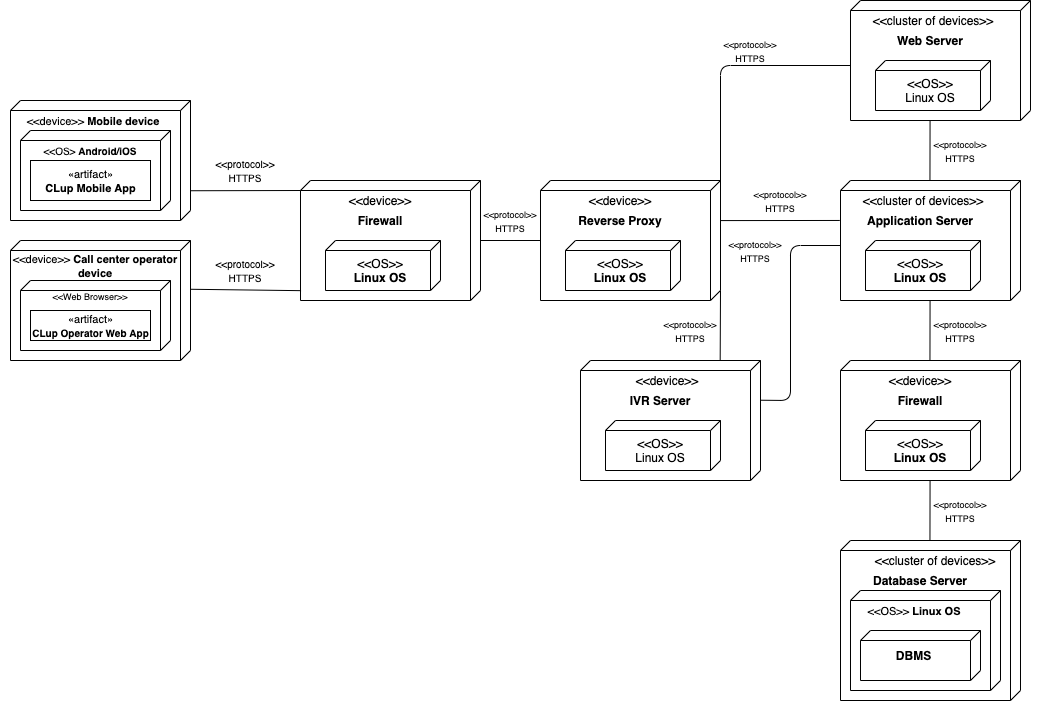
CosimoSguanci/SguanciSpataforaVergani-RASD-DD-ingsw2 keeps this draw.io diagram as DD/Deployment View diagram/deployment diagram.png. Above is the earlier version. Source tidied: cells renumbered, new cells last; positions are measured from the earlier drawing's top-left corner, leaving out a move shared by most shapes.
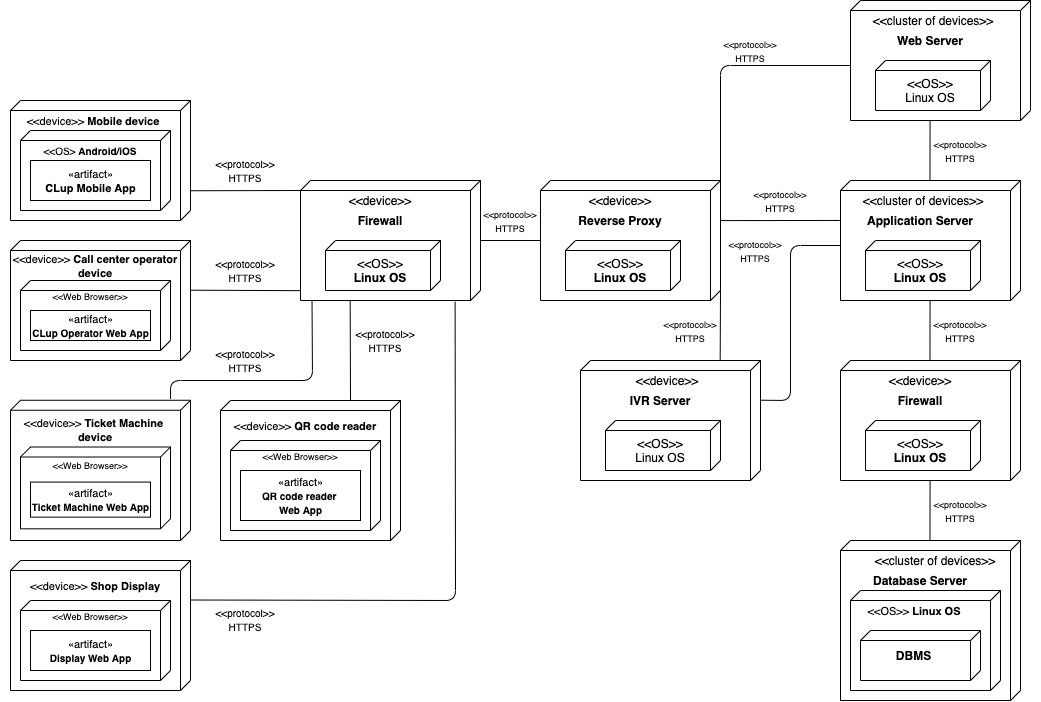
After the change.

Commit message:
updated deployment view

Change to the diagram source:
```diff
@@ -47,11 +47,6 @@
     <mxCell id="16" style="group;" parent="1" vertex="1">
       <mxGeometry x="190" y="260" width="110" height="20" as="geometry" />
     </mxCell>
-    <mxCell id="17" style="endArrow=none;html=1;entryX=0.918;entryY=0.997;entryDx=0;entryDy=0;entryPerimeter=0;exitX=0.323;exitY=0.003;exitDx=0;exitDy=0;exitPerimeter=0;" parent="16" edge="1" target="9">
-      <mxGeometry relative="1" as="geometry">
-        <mxPoint x="-0.5" y="28.8" as="sourcePoint" />
-      </mxGeometry>
-    </mxCell>
     <mxCell id="18" value="&lt;font style=&quot;font-size: 10px&quot;&gt;&amp;lt;&amp;lt;protocol&amp;gt;&amp;gt;&lt;br&gt;HTTPS&lt;/font&gt;" style="text;html=1;strokeColor=none;fillColor=none;align=center;verticalAlign=middle;whiteSpace=wrap;rounded=0;" parent="16" vertex="1">
       <mxGeometry width="110" height="20" as="geometry" />
     </mxCell>
@@ -263,5 +258,100 @@
     <mxCell id="82" value="&lt;font style=&quot;font-size: 9px&quot;&gt;&amp;lt;&amp;lt;protocol&amp;gt;&amp;gt;&lt;br&gt;HTTPS&lt;/font&gt;" style="text;html=1;strokeColor=none;fillColor=none;align=center;verticalAlign=middle;whiteSpace=wrap;rounded=0;" parent="1" vertex="1">
       <mxGeometry x="720" y="240" width="70" height="20" as="geometry" />
     </mxCell>
+    <mxCell id="83" style="group;" parent="1" vertex="1">
+      <mxGeometry x="10" y="399.8" width="180" height="140.2" as="geometry" />
+    </mxCell>
+    <mxCell id="84" style="verticalAlign=top;align=left;spacingTop=8;spacingLeft=2;spacingRight=12;shape=cube;size=10;direction=south;fontStyle=4;html=1;" parent="83" vertex="1">
+      <mxGeometry width="180" height="140.2" as="geometry" />
+    </mxCell>
+    <mxCell id="85" style="verticalAlign=top;align=left;spacingTop=8;spacingLeft=2;spacingRight=12;shape=cube;size=10;direction=south;fontStyle=4;html=1;strokeColor=#000000;" parent="83" vertex="1">
+      <mxGeometry x="10" y="46.7" width="150" height="81.8" as="geometry" />
+    </mxCell>
+    <mxCell id="86" value="&lt;font style=&quot;font-size: 9px&quot;&gt;&amp;lt;&amp;lt;Web Browser&amp;gt;&amp;gt;&lt;/font&gt;" style="text;html=1;strokeColor=none;fillColor=none;align=center;verticalAlign=middle;whiteSpace=wrap;rounded=0;" parent="83" vertex="1">
+      <mxGeometry x="10" y="58.4" width="140" height="11.7" as="geometry" />
+    </mxCell>
+    <mxCell id="87" value="&lt;font style=&quot;font-size: 11px&quot;&gt;&amp;lt;&amp;lt;device&amp;gt;&amp;gt; &lt;b&gt;Ticket Machine &lt;br&gt;device&lt;/b&gt;&lt;/font&gt;" style="text;html=1;strokeColor=none;fillColor=none;align=center;verticalAlign=middle;whiteSpace=wrap;rounded=0;" parent="83" vertex="1">
+      <mxGeometry x="-10" width="190" height="58.4" as="geometry" />
+    </mxCell>
+    <mxCell id="88" value="&lt;font&gt;&lt;span style=&quot;font-size: 11px&quot;&gt;«artifact»&lt;/span&gt;&lt;br&gt;&lt;b&gt;&lt;font style=&quot;font-size: 10px&quot;&gt;Ticket Machine Web App&lt;/font&gt;&lt;/b&gt;&lt;/font&gt;" style="html=1;" parent="83" vertex="1">
+      <mxGeometry x="20" y="81.8" width="120" height="35.1" as="geometry" />
+    </mxCell>
+    <mxCell id="89" style="group;" parent="1" vertex="1">
+      <mxGeometry x="220" y="400" width="180" height="140" as="geometry" />
+    </mxCell>
+    <mxCell id="90" style="verticalAlign=top;align=left;spacingTop=8;spacingLeft=2;spacingRight=12;shape=cube;size=10;direction=south;fontStyle=4;html=1;" parent="89" vertex="1">
+      <mxGeometry width="180" height="140" as="geometry" />
+    </mxCell>
+    <mxCell id="91" style="verticalAlign=top;align=left;spacingTop=8;spacingLeft=2;spacingRight=12;shape=cube;size=10;direction=south;fontStyle=4;html=1;strokeColor=#000000;" parent="89" vertex="1">
+      <mxGeometry x="10" y="40" width="150" height="90" as="geometry" />
+    </mxCell>
+    <mxCell id="92" value="&lt;font style=&quot;font-size: 9px&quot;&gt;&amp;lt;&amp;lt;Web Browser&amp;gt;&amp;gt;&lt;/font&gt;" style="text;html=1;strokeColor=none;fillColor=none;align=center;verticalAlign=middle;whiteSpace=wrap;rounded=0;" parent="89" vertex="1">
+      <mxGeometry x="10" y="50" width="140" height="10" as="geometry" />
+    </mxCell>
+    <mxCell id="93" value="&lt;font style=&quot;font-size: 11px&quot;&gt;&amp;lt;&amp;lt;device&amp;gt;&amp;gt; &lt;b&gt;QR code reader&lt;/b&gt;&lt;/font&gt;" style="text;html=1;strokeColor=none;fillColor=none;align=center;verticalAlign=middle;whiteSpace=wrap;rounded=0;" parent="89" vertex="1">
+      <mxGeometry x="-10" width="190" height="50" as="geometry" />
+    </mxCell>
+    <mxCell id="94" value="&lt;font&gt;&lt;span style=&quot;font-size: 11px&quot;&gt;«artifact»&lt;/span&gt;&lt;br&gt;&lt;b&gt;&lt;font style=&quot;font-size: 10px&quot;&gt;QR code reader &lt;br&gt;Web App&lt;/font&gt;&lt;/b&gt;&lt;/font&gt;" style="html=1;" parent="89" vertex="1">
+      <mxGeometry x="20" y="70" width="120" height="50" as="geometry" />
+    </mxCell>
+    <mxCell id="95" style="group;" parent="1" vertex="1">
+      <mxGeometry x="10" y="560" width="180" height="140" as="geometry" />
+    </mxCell>
+    <mxCell id="96" style="verticalAlign=top;align=left;spacingTop=8;spacingLeft=2;spacingRight=12;shape=cube;size=10;direction=south;fontStyle=4;html=1;" parent="95" vertex="1">
+      <mxGeometry width="180" height="130" as="geometry" />
+    </mxCell>
+    <mxCell id="97" style="verticalAlign=top;align=left;spacingTop=8;spacingLeft=2;spacingRight=12;shape=cube;size=10;direction=south;fontStyle=4;html=1;strokeColor=#000000;" parent="95" vertex="1">
+      <mxGeometry x="10" y="40" width="150" height="80" as="geometry" />
+    </mxCell>
+    <mxCell id="98" value="&lt;font style=&quot;font-size: 9px&quot;&gt;&amp;lt;&amp;lt;Web Browser&amp;gt;&amp;gt;&lt;/font&gt;" style="text;html=1;strokeColor=none;fillColor=none;align=center;verticalAlign=middle;whiteSpace=wrap;rounded=0;" parent="95" vertex="1">
+      <mxGeometry x="10" y="50" width="140" height="10" as="geometry" />
+    </mxCell>
+    <mxCell id="99" value="&lt;font style=&quot;font-size: 11px&quot;&gt;&amp;lt;&amp;lt;device&amp;gt;&amp;gt; &lt;b&gt;Shop Display&lt;/b&gt;&lt;/font&gt;" style="text;html=1;strokeColor=none;fillColor=none;align=center;verticalAlign=middle;whiteSpace=wrap;rounded=0;" parent="95" vertex="1">
+      <mxGeometry x="-10" width="190" height="50" as="geometry" />
+    </mxCell>
+    <mxCell id="100" value="&lt;font&gt;&lt;span style=&quot;font-size: 11px&quot;&gt;«artifact»&lt;/span&gt;&lt;br&gt;&lt;b&gt;&lt;font style=&quot;font-size: 10px&quot;&gt;Display Web App&lt;/font&gt;&lt;/b&gt;&lt;/font&gt;" style="html=1;" parent="95" vertex="1">
+      <mxGeometry x="20" y="70" width="120" height="40" as="geometry" />
+    </mxCell>
+    <mxCell id="17" style="endArrow=none;html=1;exitX=0.414;exitY=0.003;exitDx=0;exitDy=0;exitPerimeter=0;entryX=0.918;entryY=1.003;entryDx=0;entryDy=0;entryPerimeter=0;" parent="1" edge="1" source="68" target="9">
+      <mxGeometry relative="1" as="geometry" />
+    </mxCell>
+    <mxCell id="101" style="endArrow=none;html=1;exitX=0.895;exitY=-0.023;exitDx=0;exitDy=0;exitPerimeter=0;entryX=1.003;entryY=0.936;entryDx=0;entryDy=0;entryPerimeter=0;" parent="1" edge="1" source="87" target="9">
+      <mxGeometry relative="1" as="geometry">
+        <Array as="points">
+          <mxPoint x="170" y="380" />
+          <mxPoint x="312" y="380" />
+        </Array>
+      </mxGeometry>
+    </mxCell>
+    <mxCell id="102" style="endArrow=none;html=1;exitX=1;exitY=0.79;exitDx=0;exitDy=0;entryX=1.011;entryY=0.141;entryDx=0;entryDy=0;entryPerimeter=0;exitPerimeter=0;" parent="1" edge="1" source="99" target="9">
+      <mxGeometry relative="1" as="geometry">
+        <Array as="points">
+          <mxPoint x="455" y="600" />
+        </Array>
+      </mxGeometry>
+    </mxCell>
+    <mxCell id="103" style="endArrow=none;html=1;entryX=1.003;entryY=0.724;entryDx=0;entryDy=0;entryPerimeter=0;" parent="1" edge="1" target="9">
+      <mxGeometry relative="1" as="geometry">
+        <mxPoint x="350" y="400" as="sourcePoint" />
+      </mxGeometry>
+    </mxCell>
+    <mxCell id="104" style="group;" parent="1" vertex="1">
+      <mxGeometry x="190" y="350" width="110" height="20" as="geometry" />
+    </mxCell>
+    <mxCell id="105" value="&lt;font style=&quot;font-size: 10px&quot;&gt;&amp;lt;&amp;lt;protocol&amp;gt;&amp;gt;&lt;br&gt;HTTPS&lt;/font&gt;" style="text;html=1;strokeColor=none;fillColor=none;align=center;verticalAlign=middle;whiteSpace=wrap;rounded=0;" parent="104" vertex="1">
+      <mxGeometry width="110" height="20" as="geometry" />
+    </mxCell>
+    <mxCell id="106" style="group;" parent="1" vertex="1">
+      <mxGeometry x="330" y="330" width="110" height="20" as="geometry" />
+    </mxCell>
+    <mxCell id="107" value="&lt;font style=&quot;font-size: 10px&quot;&gt;&amp;lt;&amp;lt;protocol&amp;gt;&amp;gt;&lt;br&gt;HTTPS&lt;/font&gt;" style="text;html=1;strokeColor=none;fillColor=none;align=center;verticalAlign=middle;whiteSpace=wrap;rounded=0;" parent="106" vertex="1">
+      <mxGeometry width="110" height="20" as="geometry" />
+    </mxCell>
+    <mxCell id="108" style="group;" parent="1" vertex="1">
+      <mxGeometry x="190" y="609" width="110" height="20" as="geometry" />
+    </mxCell>
+    <mxCell id="109" value="&lt;font style=&quot;font-size: 10px&quot;&gt;&amp;lt;&amp;lt;protocol&amp;gt;&amp;gt;&lt;br&gt;HTTPS&lt;/font&gt;" style="text;html=1;strokeColor=none;fillColor=none;align=center;verticalAlign=middle;whiteSpace=wrap;rounded=0;" parent="108" vertex="1">
+      <mxGeometry width="110" height="20" as="geometry" />
+    </mxCell>
   </root>
 </mxGraphModel>
```
